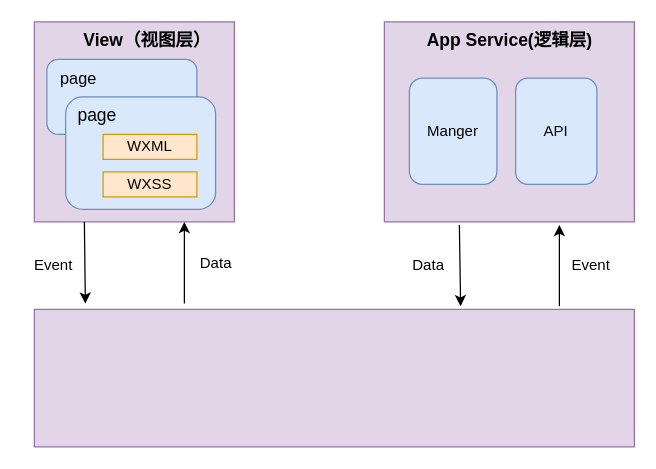
Earlier version of the draw.io diagram MINA框架.drawio (ov0-0vo/1). Source tidied: cells renumbered, new cells numbered last; positions are measured from the earlier drawing's top-left corner, leaving out a move shared by most shapes. Both pictures are drawn from the tidied source at 125%, with x=0, y=0 at pixel (21, 21).
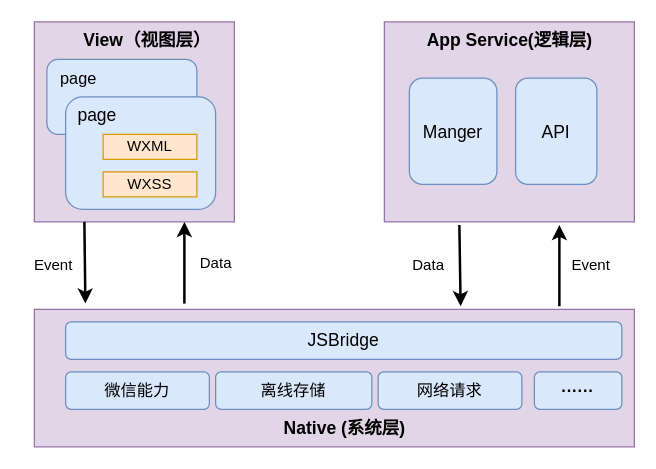
The same diagram, later.

Unchanged cells that the change refers to:
```xml
<mxCell id="2" style="whiteSpace=wrap;html=1;align=left;fillColor=#e1d5e7;strokeColor=#9673a6;" parent="1" vertex="1">
  <mxGeometry x="10" width="160" height="160" as="geometry" />
</mxCell>
<mxCell id="14" style="whiteSpace=wrap;html=1;align=left;fillColor=#e1d5e7;strokeColor=#9673a6;" parent="1" vertex="1">
  <mxGeometry x="10" y="230" width="480" height="110" as="geometry" />
</mxCell>
```

Diff of the diagram source:
```diff
@@
-    <mxCell id="12" value="Manger" style="rounded=1;whiteSpace=wrap;html=1;fillColor=#dae8fc;strokeColor=#6c8ebf;" parent="1" vertex="1">
+    <mxCell id="12" value="&lt;font style=&quot;font-size: 14px;&quot;&gt;Manger&lt;/font&gt;" style="rounded=1;whiteSpace=wrap;html=1;fillColor=#dae8fc;strokeColor=#6c8ebf;" parent="1" vertex="1">
       <mxGeometry x="310" y="45" width="70" height="85" as="geometry" />
     </mxCell>
-    <mxCell id="13" value="API" style="rounded=1;whiteSpace=wrap;html=1;fillColor=#dae8fc;strokeColor=#6c8ebf;" parent="1" vertex="1">
+    <mxCell id="13" value="&lt;font style=&quot;font-size: 14px;&quot;&gt;API&lt;/font&gt;" style="rounded=1;whiteSpace=wrap;html=1;fillColor=#dae8fc;strokeColor=#6c8ebf;" parent="1" vertex="1">
       <mxGeometry x="395" y="45" width="65" height="85" as="geometry" />
     </mxCell>
@@
-    <mxCell id="15" style="endArrow=classic;html=1;rounded=0;entryX=0.085;entryY=-0.042;entryDx=0;entryDy=0;entryPerimeter=0;" parent="1" edge="1" target="14">
+    <mxCell id="15" style="endArrow=classic;html=1;rounded=0;entryX=0.085;entryY=-0.042;entryDx=0;entryDy=0;entryPerimeter=0;strokeWidth=2;" parent="1" edge="1" target="14">
       <mxGeometry relative="1" as="geometry">
         <mxPoint x="50" y="160" as="sourcePoint" />
       </mxGeometry>
     </mxCell>
@@
-    <mxCell id="17" style="endArrow=classic;html=1;rounded=0;entryX=0.75;entryY=1;entryDx=0;entryDy=0;exitX=0.25;exitY=-0.042;exitDx=0;exitDy=0;exitPerimeter=0;" parent="1" edge="1" source="14" target="2">
+    <mxCell id="17" style="endArrow=classic;html=1;rounded=0;entryX=0.75;entryY=1;entryDx=0;entryDy=0;exitX=0.25;exitY=-0.042;exitDx=0;exitDy=0;exitPerimeter=0;jumpSize=19;strokeWidth=2;" parent="1" edge="1" source="14" target="2">
       <mxGeometry relative="1" as="geometry" />
     </mxCell>
@@
-    <mxCell id="19" style="endArrow=classic;html=1;rounded=0;entryX=0.085;entryY=-0.042;entryDx=0;entryDy=0;entryPerimeter=0;" parent="1" edge="1">
+    <mxCell id="19" style="endArrow=classic;html=1;rounded=0;entryX=0.085;entryY=-0.042;entryDx=0;entryDy=0;entryPerimeter=0;strokeWidth=2;" parent="1" edge="1">
       <mxGeometry relative="1" as="geometry">
         <mxPoint x="350" y="162.5" as="sourcePoint" />
         <mxPoint x="351" y="227.5" as="targetPoint" />
       </mxGeometry>
     </mxCell>
@@
-    <mxCell id="21" style="endArrow=classic;html=1;rounded=0;entryX=0.75;entryY=1;entryDx=0;entryDy=0;exitX=0.25;exitY=-0.042;exitDx=0;exitDy=0;exitPerimeter=0;" parent="1" edge="1">
+    <mxCell id="21" style="endArrow=classic;html=1;rounded=0;entryX=0.75;entryY=1;entryDx=0;entryDy=0;exitX=0.25;exitY=-0.042;exitDx=0;exitDy=0;exitPerimeter=0;strokeWidth=2;" parent="1" edge="1">
       <mxGeometry relative="1" as="geometry">
         <mxPoint x="430" y="227.5" as="sourcePoint" />
         <mxPoint x="430" y="162.5" as="targetPoint" />
       </mxGeometry>
     </mxCell>
@@
+    <mxCell id="23" value="&lt;font style=&quot;font-size: 14px;&quot;&gt;JSBridge&lt;/font&gt;" style="rounded=1;whiteSpace=wrap;html=1;fillColor=#dae8fc;strokeColor=#6c8ebf;" parent="1" vertex="1">
+      <mxGeometry x="35" y="240" width="445" height="30" as="geometry" />
+    </mxCell>
+    <mxCell id="24" value="&lt;font style=&quot;font-size: 13px;&quot;&gt;微信能力&lt;/font&gt;" style="rounded=1;whiteSpace=wrap;html=1;fillColor=#dae8fc;strokeColor=#6c8ebf;" parent="1" vertex="1">
+      <mxGeometry x="35" y="280" width="115" height="30" as="geometry" />
+    </mxCell>
+    <mxCell id="25" value="&lt;font style=&quot;font-size: 13px;&quot;&gt;离线存储&lt;/font&gt;" style="rounded=1;whiteSpace=wrap;html=1;fillColor=#dae8fc;strokeColor=#6c8ebf;" parent="1" vertex="1">
+      <mxGeometry x="155" y="280" width="125" height="30" as="geometry" />
+    </mxCell>
+    <mxCell id="26" value="&lt;font style=&quot;font-size: 13px;&quot;&gt;网络请求&lt;/font&gt;" style="rounded=1;whiteSpace=wrap;html=1;fillColor=#dae8fc;strokeColor=#6c8ebf;" parent="1" vertex="1">
+      <mxGeometry x="285" y="280" width="115" height="30" as="geometry" />
+    </mxCell>
+    <mxCell id="27" value="&lt;b&gt;&lt;font style=&quot;font-size: 13px;&quot;&gt;······&lt;/font&gt;&lt;/b&gt;" style="rounded=1;whiteSpace=wrap;html=1;fillColor=#dae8fc;strokeColor=#6c8ebf;" parent="1" vertex="1">
+      <mxGeometry x="410" y="280" width="70" height="30" as="geometry" />
+    </mxCell>
+    <mxCell id="28" value="&lt;b&gt;&lt;font style=&quot;font-size: 14px;&quot;&gt;Native (系统层)&lt;/font&gt;&lt;/b&gt;" style="text;html=1;align=center;verticalAlign=middle;strokeColor=none;fillColor=none;" parent="1" vertex="1">
+      <mxGeometry x="197.5" y="310" width="120" height="30" as="geometry" />
+    </mxCell>
```
